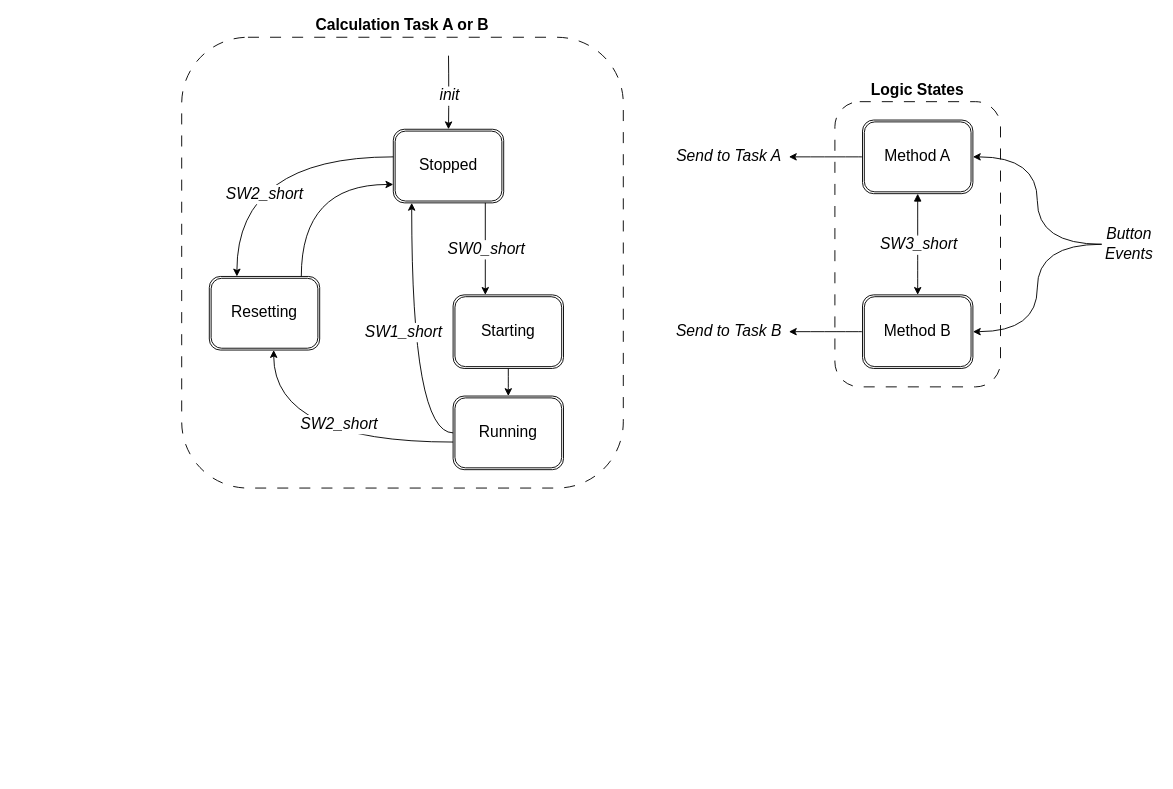
This is page "State Event Diagram" (2 of 2) of documentation/diagrams/CalcPi_Diagram.drawio from Violabitch5/CalcPi, a draw.io file, before an edit. Source tidied: cells renumbered, new cells numbered last; positions are measured from the earlier drawing's top-left corner, leaving out a move shared by most shapes. Both pictures are drawn from the tidied source at 92%, with x=0, y=0 at pixel (181, 37).
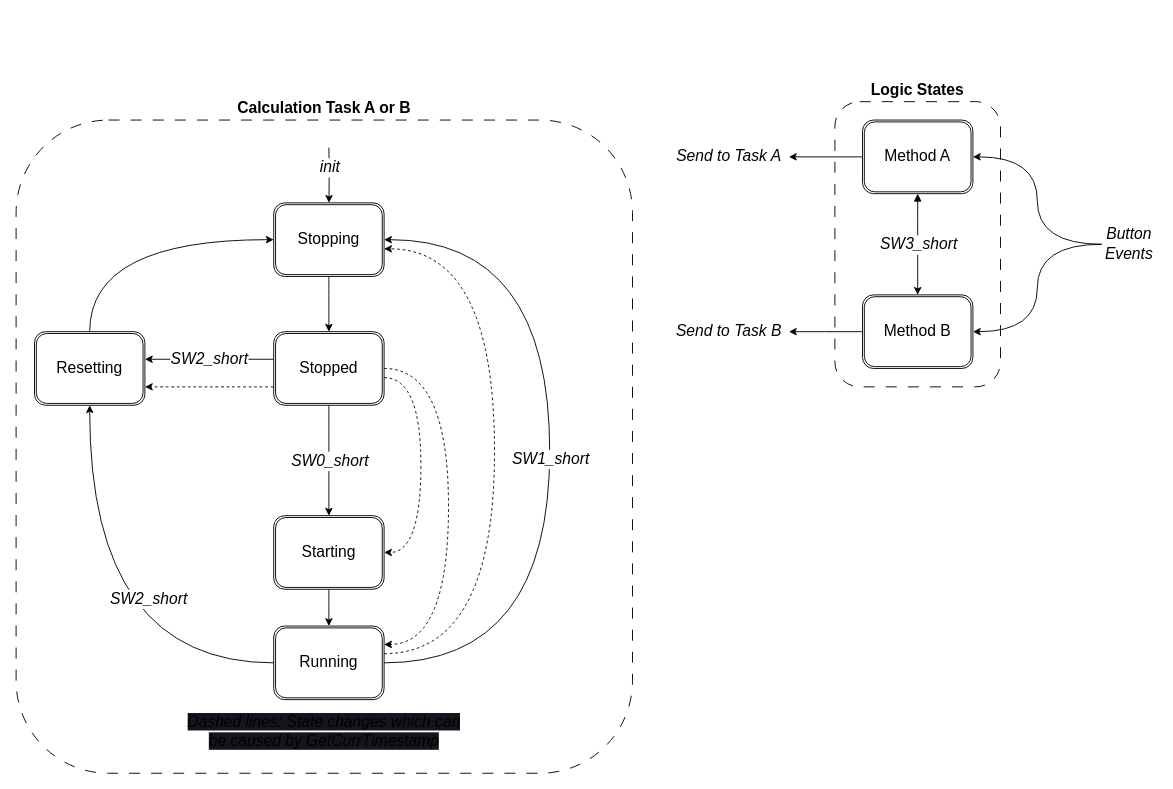
The same page after the edit.

What changed in the source:
```diff
@@
     <mxCell id="7" value="Calculation Task A or B" style="rounded=1;whiteSpace=wrap;html=1;fontSize=17;fontStyle=1;fillColor=none;dashed=1;dashPattern=12 12;shadow=0;glass=0;labelPosition=center;verticalLabelPosition=top;align=center;verticalAlign=bottom;" parent="1" vertex="1">
-      <mxGeometry width="480" height="490" as="geometry" />
+      <mxGeometry x="-180" y="90" width="670" height="710" as="geometry" />
     </mxCell>
     <mxCell id="8" value="Resetting" style="shape=ext;double=1;rounded=1;whiteSpace=wrap;html=1;shadow=0;glass=0;sketch=0;fontSize=17;fillColor=none;" parent="1" vertex="1">
-      <mxGeometry x="30" y="260" width="120" height="80" as="geometry" />
+      <mxGeometry x="-160" y="320" width="120" height="80" as="geometry" />
     </mxCell>
     <mxCell id="9" value="Stopped" style="shape=ext;double=1;rounded=1;whiteSpace=wrap;html=1;shadow=0;glass=0;sketch=0;fontSize=17;fillColor=none;" parent="1" vertex="1">
-      <mxGeometry x="230" y="100" width="120" height="80" as="geometry" />
+      <mxGeometry x="100" y="320" width="120" height="80" as="geometry" />
     </mxCell>
     <mxCell id="10" value="Starting" style="shape=ext;double=1;rounded=1;whiteSpace=wrap;html=1;shadow=0;glass=0;sketch=0;fontSize=17;fillColor=none;" parent="1" vertex="1">
-      <mxGeometry x="295" y="280" width="120" height="80" as="geometry" />
+      <mxGeometry x="100" y="520" width="120" height="80" as="geometry" />
     </mxCell>
     <mxCell id="11" value="Running" style="shape=ext;double=1;rounded=1;whiteSpace=wrap;html=1;shadow=0;glass=0;sketch=0;fontSize=17;fillColor=none;" parent="1" vertex="1">
-      <mxGeometry x="295" y="390" width="120" height="80" as="geometry" />
+      <mxGeometry x="100" y="640" width="120" height="80" as="geometry" />
     </mxCell>
     <mxCell id="12" style="edgeStyle=orthogonalEdgeStyle;curved=1;html=1;fontSize=17;startArrow=none;startFill=0;" parent="1" edge="1" source="9" target="10">
-      <mxGeometry relative="1" as="geometry">
-        <Array as="points">
-          <mxPoint x="330" y="230" />
-          <mxPoint x="330" y="230" />
-        </Array>
-      </mxGeometry>
+      <mxGeometry relative="1" as="geometry" />
     </mxCell>
     <mxCell id="13" value="SW0_short" style="edgeLabel;html=1;align=center;verticalAlign=middle;fontSize=17;fontStyle=2;" parent="12" vertex="1">
       <mxGeometry x="-0.35" y="-1" relative="1" as="geometry">
-        <mxPoint x="1" y="17" as="offset" />
+        <mxPoint x="1" y="21" as="offset" />
       </mxGeometry>
     </mxCell>
     <mxCell id="14" style="edgeStyle=orthogonalEdgeStyle;curved=1;html=1;fontSize=17;startArrow=none;startFill=0;" parent="1" edge="1" source="10" target="11">
-      <mxGeometry relative="1" as="geometry">
-        <Array as="points">
-          <mxPoint x="355" y="380" />
-          <mxPoint x="355" y="380" />
-        </Array>
-      </mxGeometry>
+      <mxGeometry relative="1" as="geometry" />
     </mxCell>
-    <mxCell id="15" style="edgeStyle=orthogonalEdgeStyle;curved=1;html=1;fontSize=17;startArrow=none;startFill=0;" parent="1" edge="1" source="11" target="9">
+    <mxCell id="15" style="edgeStyle=orthogonalEdgeStyle;curved=1;html=1;fontSize=17;startArrow=none;startFill=0;" parent="1" edge="1" source="11" target="31">
       <mxGeometry relative="1" as="geometry">
         <Array as="points">
-          <mxPoint x="250" y="430" />
+          <mxPoint x="400" y="680" />
+          <mxPoint x="400" y="220" />
         </Array>
       </mxGeometry>
     </mxCell>
     <mxCell id="16" value="SW1_short" style="edgeLabel;html=1;align=center;verticalAlign=middle;fontSize=17;fontStyle=2;" parent="15" vertex="1">
       <mxGeometry x="-0.35" y="-1" relative="1" as="geometry">
-        <mxPoint x="-11" y="-59" as="offset" />
+        <mxPoint x="-1" y="-135" as="offset" />
       </mxGeometry>
     </mxCell>
     <mxCell id="17" style="edgeStyle=orthogonalEdgeStyle;curved=1;html=1;fontSize=17;startArrow=none;startFill=0;" parent="1" edge="1" source="11" target="8">
       <mxGeometry relative="1" as="geometry">
         <Array as="points">
-          <mxPoint x="100" y="440" />
+          <mxPoint x="-100" y="680" />
         </Array>
       </mxGeometry>
     </mxCell>
     <mxCell id="18" value="SW2_short" style="edgeLabel;html=1;align=center;verticalAlign=middle;fontSize=17;fontStyle=2;" parent="17" vertex="1">
       <mxGeometry x="-0.35" y="-1" relative="1" as="geometry">
-        <mxPoint x="-29" y="-19" as="offset" />
+        <mxPoint x="19" y="-69" as="offset" />
       </mxGeometry>
     </mxCell>
-    <mxCell id="19" style="edgeStyle=orthogonalEdgeStyle;curved=1;html=1;fontSize=17;startArrow=none;startFill=0;" parent="1" edge="1" source="8" target="9">
+    <mxCell id="19" style="edgeStyle=orthogonalEdgeStyle;curved=1;html=1;fontSize=17;startArrow=none;startFill=0;" parent="1" edge="1" source="8" target="31">
       <mxGeometry relative="1" as="geometry">
         <Array as="points">
-          <mxPoint x="130" y="160" />
+          <mxPoint x="-100" y="220" />
         </Array>
       </mxGeometry>
     </mxCell>
     <mxCell id="20" style="edgeStyle=orthogonalEdgeStyle;curved=1;html=1;fontSize=17;startArrow=none;startFill=0;" parent="1" edge="1" source="9" target="8">
       <mxGeometry relative="1" as="geometry">
         <Array as="points">
-          <mxPoint x="60" y="130" />
+          <mxPoint x="30" y="350" />
+          <mxPoint x="30" y="350" />
         </Array>
       </mxGeometry>
     </mxCell>
     <mxCell id="21" value="SW2_short" style="edgeLabel;html=1;align=center;verticalAlign=middle;fontSize=17;fontStyle=2;" parent="20" vertex="1">
       <mxGeometry x="-0.35" y="-1" relative="1" as="geometry">
-        <mxPoint x="-43" y="41" as="offset" />
+        <mxPoint x="-25" y="1" as="offset" />
       </mxGeometry>
     </mxCell>
-    <mxCell id="22" style="edgeStyle=orthogonalEdgeStyle;curved=1;html=1;fontSize=17;startArrow=none;startFill=0;" parent="1" edge="1" target="9">
+    <mxCell id="22" style="edgeStyle=orthogonalEdgeStyle;curved=1;html=1;fontSize=17;startArrow=none;startFill=0;" parent="1" edge="1" target="31">
       <mxGeometry relative="1" as="geometry">
-        <mxPoint x="290" y="20" as="sourcePoint" />
+        <mxPoint x="160" y="120" as="sourcePoint" />
       </mxGeometry>
     </mxCell>
     <mxCell id="23" value="init" style="edgeLabel;html=1;align=center;verticalAlign=middle;fontSize=17;fontStyle=2;" parent="22" vertex="1">
       <mxGeometry x="-0.35" y="-1" relative="1" as="geometry">
-        <mxPoint x="1" y="17" as="offset" />
+        <mxPoint x="1" y="1" as="offset" />
       </mxGeometry>
     </mxCell>
@@
+    <mxCell id="31" value="Stopping" style="shape=ext;double=1;rounded=1;whiteSpace=wrap;html=1;shadow=0;glass=0;sketch=0;fontSize=17;fillColor=none;" parent="1" vertex="1">
+      <mxGeometry x="100" y="180" width="120" height="80" as="geometry" />
+    </mxCell>
+    <mxCell id="32" style="edgeStyle=orthogonalEdgeStyle;curved=1;html=1;fontSize=17;startArrow=none;startFill=0;" parent="1" edge="1" source="31" target="9">
+      <mxGeometry relative="1" as="geometry" />
+    </mxCell>
+    <mxCell id="33" style="edgeStyle=orthogonalEdgeStyle;curved=1;html=1;fontSize=17;startArrow=none;startFill=0;dashed=1;" parent="1" edge="1" source="11" target="31">
+      <mxGeometry relative="1" as="geometry">
+        <Array as="points">
+          <mxPoint x="340" y="670" />
+          <mxPoint x="340" y="230" />
+        </Array>
+      </mxGeometry>
+    </mxCell>
+    <mxCell id="34" value="&lt;span style=&quot;font-size: 17px; font-style: italic; background-color: rgb(24, 20, 29);&quot;&gt;Dashed lines: State changes which can be caused by GetCurrTimestamp&lt;/span&gt;" style="text;html=1;strokeColor=none;fillColor=none;align=center;verticalAlign=middle;whiteSpace=wrap;rounded=0;" parent="1" vertex="1">
+      <mxGeometry x="5" y="740" width="300" height="30" as="geometry" />
+    </mxCell>
+    <mxCell id="35" style="edgeStyle=orthogonalEdgeStyle;curved=1;html=1;fontSize=17;startArrow=none;startFill=0;dashed=1;" parent="1" edge="1" source="9" target="11">
+      <mxGeometry relative="1" as="geometry">
+        <Array as="points">
+          <mxPoint x="290" y="360" />
+          <mxPoint x="290" y="660" />
+        </Array>
+      </mxGeometry>
+    </mxCell>
+    <mxCell id="36" style="edgeStyle=orthogonalEdgeStyle;curved=1;html=1;fontSize=17;startArrow=none;startFill=0;dashed=1;" parent="1" edge="1" source="9" target="10">
+      <mxGeometry relative="1" as="geometry">
+        <Array as="points">
+          <mxPoint x="260" y="370" />
+          <mxPoint x="260" y="560" />
+        </Array>
+      </mxGeometry>
+    </mxCell>
+    <mxCell id="37" style="edgeStyle=orthogonalEdgeStyle;curved=1;html=1;fontSize=17;startArrow=none;startFill=0;dashed=1;" parent="1" edge="1" source="9" target="8">
+      <mxGeometry relative="1" as="geometry">
+        <Array as="points">
+          <mxPoint x="-20" y="380" />
+          <mxPoint x="-20" y="380" />
+        </Array>
+      </mxGeometry>
+    </mxCell>
```
